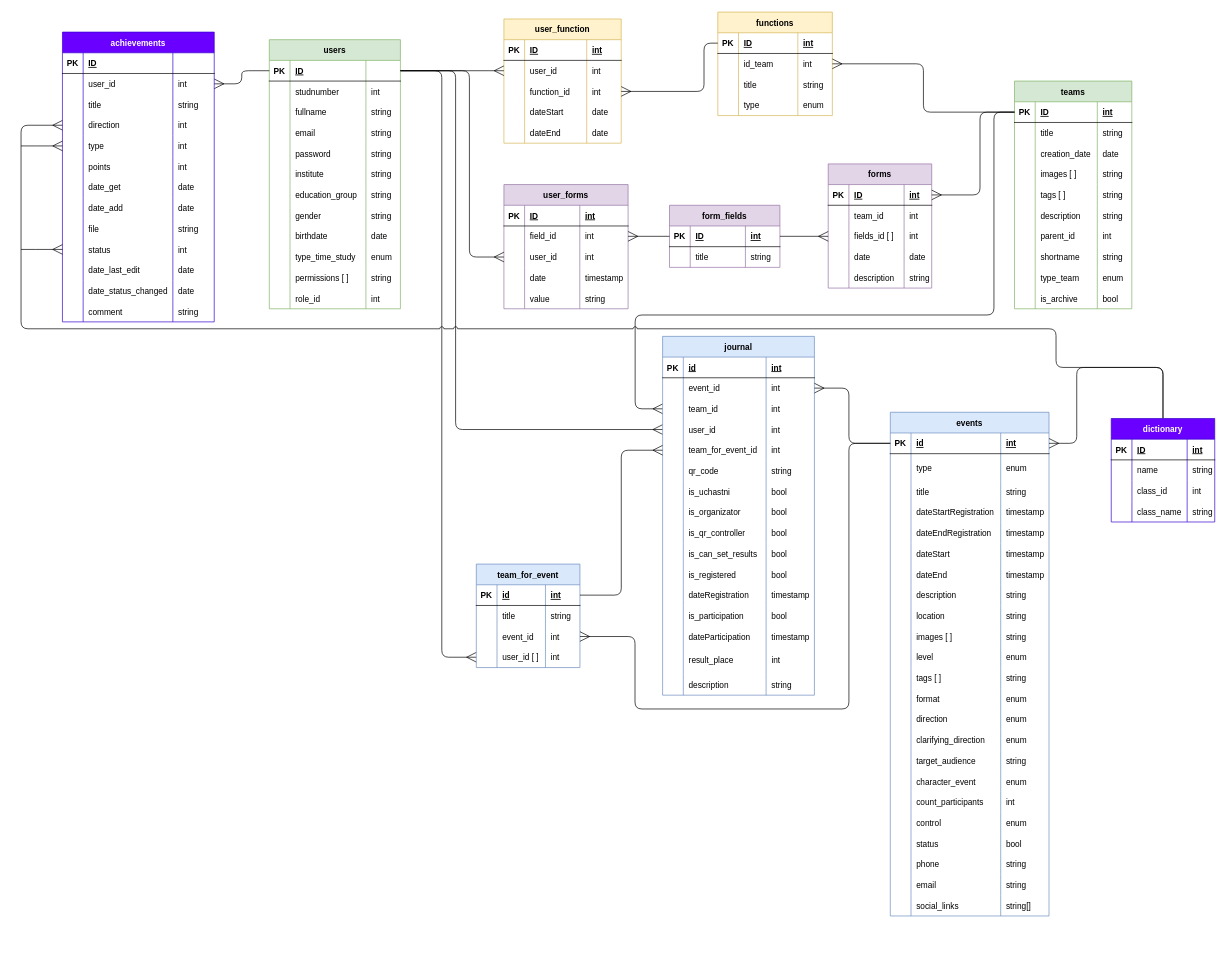
Above: page "Физическая" (2 of 3) of Схема БД.drawio in KomogortsevaYulia/Raiting-Teams-Events (draw.io), before the change. Source tidied: cells renumbered, new cells numbered last; positions are measured from the earlier drawing's top-left corner, leaving out a move shared by most shapes. Both pictures are drawn from the tidied source at 69%, with x=0, y=0 at pixel (21, 12).
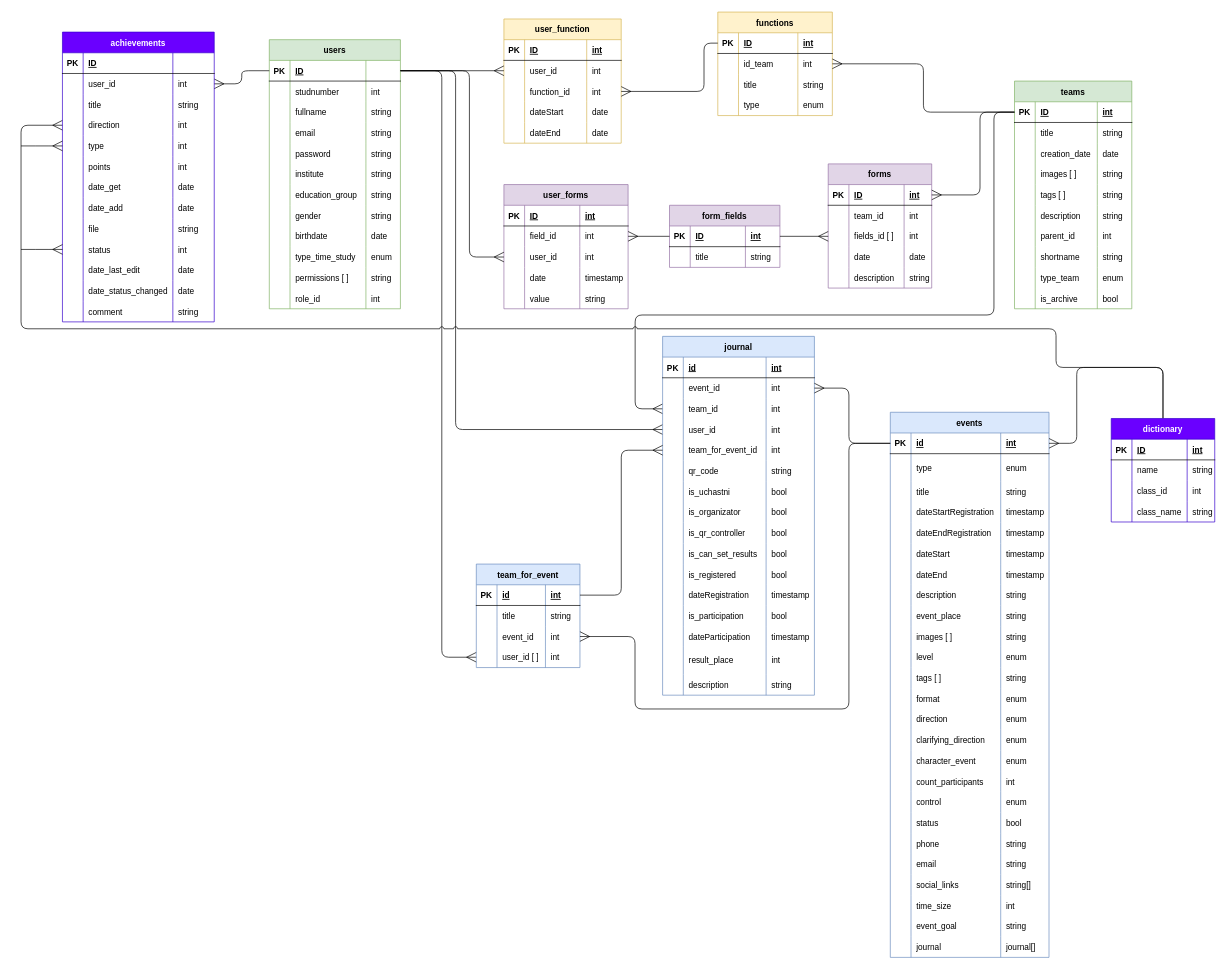
The same diagram, later.

The change refers to these unchanged cells:
```xml
<mxCell id="224" style="shape=tableRow;horizontal=0;startSize=0;swimlaneHead=0;swimlaneBody=0;fillColor=none;top=0;left=0;right=0;bottom=0;" parent="191" vertex="1">
  <mxGeometry y="280" width="230" height="30" as="geometry" />
</mxCell>
```

The edit, as a diff of the source:
```diff
@@
     <mxCell id="191" value="events" style="shape=table;startSize=30;childLayout=tableLayout;rowLines=0;fontStyle=1;align=center;fillColor=#dae8fc;strokeColor=#6c8ebf;" parent="1" vertex="1">
-      <mxGeometry x="1259.8" y="580" width="230" height="730" as="geometry" />
+      <mxGeometry x="1259.8" y="580" width="230" height="790" as="geometry" />
     </mxCell>
@@
-    <mxCell id="226" value="location" style="shape=partialRectangle;fillColor=none;top=0;left=0;bottom=0;right=0;align=left;spacingLeft=6;overflow=hidden;strokeColor=#82b366;" parent="224" vertex="1">
+    <mxCell id="226" value="event_place" style="shape=partialRectangle;fillColor=none;top=0;left=0;bottom=0;right=0;align=left;spacingLeft=6;overflow=hidden;strokeColor=#82b366;" parent="224" vertex="1">
       <mxGeometry x="30" width="130" height="30" as="geometry" />
     </mxCell>
@@
-    <mxCell id="252" style="shape=tableRow;horizontal=0;startSize=0;swimlaneHead=0;swimlaneBody=0;fillColor=none;top=0;left=0;right=0;bottom=0;" parent="191" vertex="1">
-      <mxGeometry y="490" width="230" height="30" as="geometry" />
-    </mxCell>
-    <mxCell id="253" style="shape=partialRectangle;fillColor=none;top=0;left=0;bottom=0;right=0;overflow=hidden;" parent="252" vertex="1">
-      <mxGeometry width="30" height="30" as="geometry" />
-    </mxCell>
-    <mxCell id="254" value="target_audience" style="shape=partialRectangle;fillColor=none;top=0;left=0;bottom=0;right=0;align=left;spacingLeft=6;overflow=hidden;strokeColor=#82b366;" parent="252" vertex="1">
-      <mxGeometry x="30" width="130" height="30" as="geometry" />
-    </mxCell>
-    <mxCell id="255" value="string" style="shape=partialRectangle;fillColor=none;top=0;left=0;bottom=0;right=0;align=left;spacingLeft=6;overflow=hidden;strokeColor=#82b366;" parent="252" vertex="1">
-      <mxGeometry x="160" width="70" height="30" as="geometry" />
-    </mxCell>
     <mxCell id="256" style="shape=tableRow;horizontal=0;startSize=0;swimlaneHead=0;swimlaneBody=0;fillColor=none;top=0;left=0;right=0;bottom=0;" parent="191" vertex="1">
-      <mxGeometry y="520" width="230" height="30" as="geometry" />
+      <mxGeometry y="490" width="230" height="30" as="geometry" />
     </mxCell>
@@
     <mxCell id="260" style="shape=tableRow;horizontal=0;startSize=0;swimlaneHead=0;swimlaneBody=0;fillColor=none;top=0;left=0;right=0;bottom=0;" parent="191" vertex="1">
-      <mxGeometry y="550" width="230" height="30" as="geometry" />
+      <mxGeometry y="520" width="230" height="30" as="geometry" />
     </mxCell>
@@
     <mxCell id="264" style="shape=tableRow;horizontal=0;startSize=0;swimlaneHead=0;swimlaneBody=0;fillColor=none;top=0;left=0;right=0;bottom=0;" parent="191" vertex="1">
-      <mxGeometry y="580" width="230" height="30" as="geometry" />
+      <mxGeometry y="550" width="230" height="30" as="geometry" />
     </mxCell>
@@
     <mxCell id="268" style="shape=tableRow;horizontal=0;startSize=0;swimlaneHead=0;swimlaneBody=0;fillColor=none;top=0;left=0;right=0;bottom=0;" parent="191" vertex="1">
-      <mxGeometry y="610" width="230" height="30" as="geometry" />
+      <mxGeometry y="580" width="230" height="30" as="geometry" />
     </mxCell>
@@
     <mxCell id="272" style="shape=tableRow;horizontal=0;startSize=0;swimlaneHead=0;swimlaneBody=0;fillColor=none;top=0;left=0;right=0;bottom=0;" parent="191" vertex="1">
-      <mxGeometry y="640" width="230" height="30" as="geometry" />
+      <mxGeometry y="610" width="230" height="30" as="geometry" />
     </mxCell>
@@
     <mxCell id="276" style="shape=tableRow;horizontal=0;startSize=0;swimlaneHead=0;swimlaneBody=0;fillColor=none;top=0;left=0;right=0;bottom=0;" parent="191" vertex="1">
-      <mxGeometry y="670" width="230" height="30" as="geometry" />
+      <mxGeometry y="640" width="230" height="30" as="geometry" />
     </mxCell>
@@
     <mxCell id="280" style="shape=tableRow;horizontal=0;startSize=0;swimlaneHead=0;swimlaneBody=0;fillColor=none;top=0;left=0;right=0;bottom=0;" parent="191" vertex="1">
-      <mxGeometry y="700" width="230" height="30" as="geometry" />
+      <mxGeometry y="670" width="230" height="30" as="geometry" />
     </mxCell>
@@
+    <mxCell id="444" style="shape=tableRow;horizontal=0;startSize=0;swimlaneHead=0;swimlaneBody=0;fillColor=none;top=0;left=0;right=0;bottom=0;" parent="191" vertex="1">
+      <mxGeometry y="700" width="230" height="30" as="geometry" />
+    </mxCell>
+    <mxCell id="445" style="shape=partialRectangle;fillColor=none;top=0;left=0;bottom=0;right=0;overflow=hidden;" parent="444" vertex="1">
+      <mxGeometry width="30" height="30" as="geometry" />
+    </mxCell>
+    <mxCell id="446" value="time_size" style="shape=partialRectangle;fillColor=none;top=0;left=0;bottom=0;right=0;align=left;spacingLeft=6;overflow=hidden;strokeColor=#82b366;" parent="444" vertex="1">
+      <mxGeometry x="30" width="130" height="30" as="geometry" />
+    </mxCell>
+    <mxCell id="447" value="int" style="shape=partialRectangle;fillColor=none;top=0;left=0;bottom=0;right=0;align=left;spacingLeft=6;overflow=hidden;" parent="444" vertex="1">
+      <mxGeometry x="160" width="70" height="30" as="geometry" />
+    </mxCell>
+    <mxCell id="448" style="shape=tableRow;horizontal=0;startSize=0;swimlaneHead=0;swimlaneBody=0;fillColor=none;top=0;left=0;right=0;bottom=0;" parent="191" vertex="1">
+      <mxGeometry y="730" width="230" height="30" as="geometry" />
+    </mxCell>
+    <mxCell id="449" style="shape=partialRectangle;fillColor=none;top=0;left=0;bottom=0;right=0;overflow=hidden;" parent="448" vertex="1">
+      <mxGeometry width="30" height="30" as="geometry" />
+    </mxCell>
+    <mxCell id="450" value="event_goal" style="shape=partialRectangle;fillColor=none;top=0;left=0;bottom=0;right=0;align=left;spacingLeft=6;overflow=hidden;strokeColor=#82b366;" parent="448" vertex="1">
+      <mxGeometry x="30" width="130" height="30" as="geometry" />
+    </mxCell>
+    <mxCell id="255" value="string" style="shape=partialRectangle;fillColor=none;top=0;left=0;bottom=0;right=0;align=left;spacingLeft=6;overflow=hidden;" parent="448" vertex="1">
+      <mxGeometry x="160" width="70" height="30" as="geometry" />
+    </mxCell>
+    <mxCell id="451" style="shape=tableRow;horizontal=0;startSize=0;swimlaneHead=0;swimlaneBody=0;fillColor=none;top=0;left=0;right=0;bottom=0;" parent="191" vertex="1">
+      <mxGeometry y="760" width="230" height="30" as="geometry" />
+    </mxCell>
+    <mxCell id="452" style="shape=partialRectangle;fillColor=none;top=0;left=0;bottom=0;right=0;overflow=hidden;" parent="451" vertex="1">
+      <mxGeometry width="30" height="30" as="geometry" />
+    </mxCell>
+    <mxCell id="453" value="journal" style="shape=partialRectangle;fillColor=none;top=0;left=0;bottom=0;right=0;align=left;spacingLeft=6;overflow=hidden;strokeColor=#82b366;" parent="451" vertex="1">
+      <mxGeometry x="30" width="130" height="30" as="geometry" />
+    </mxCell>
+    <mxCell id="454" value="journal[]" style="shape=partialRectangle;fillColor=none;top=0;left=0;bottom=0;right=0;align=left;spacingLeft=6;overflow=hidden;" parent="451" vertex="1">
+      <mxGeometry x="160" width="70" height="30" as="geometry" />
+    </mxCell>
```
